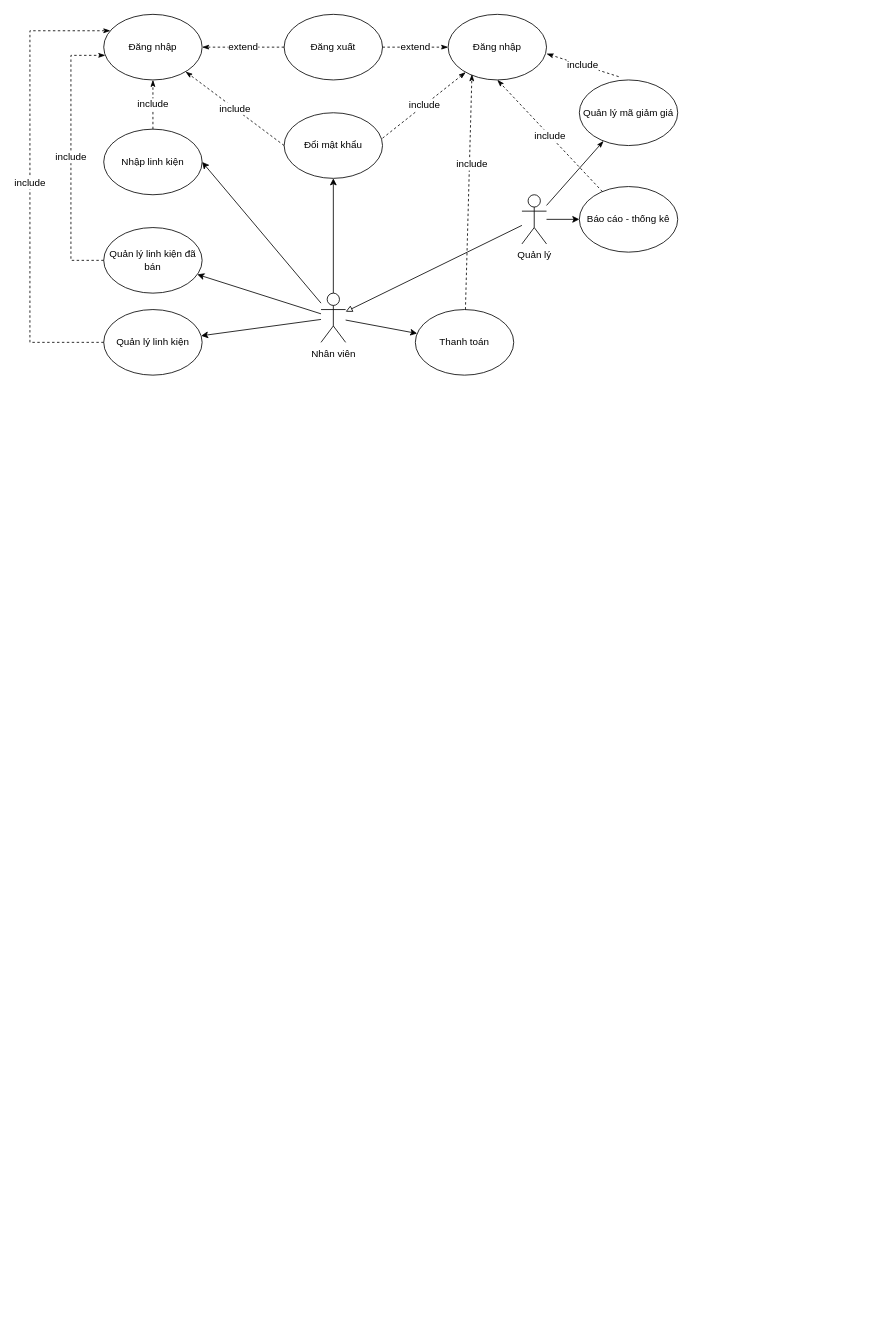
The draw.io diagram page "Use Case tổng quát" (1 of 9) of Baocao/UseCase Tổng quát.drawio in NguyenDuyHieu987/CNPM, before the edit. Source tidied: cells renumbered, new cells numbered last; positions are measured from the earlier drawing's top-left corner, leaving out a move shared by most shapes. Both pictures are drawn from the tidied source at 82%, with x=0, y=0 at pixel (30, 14).
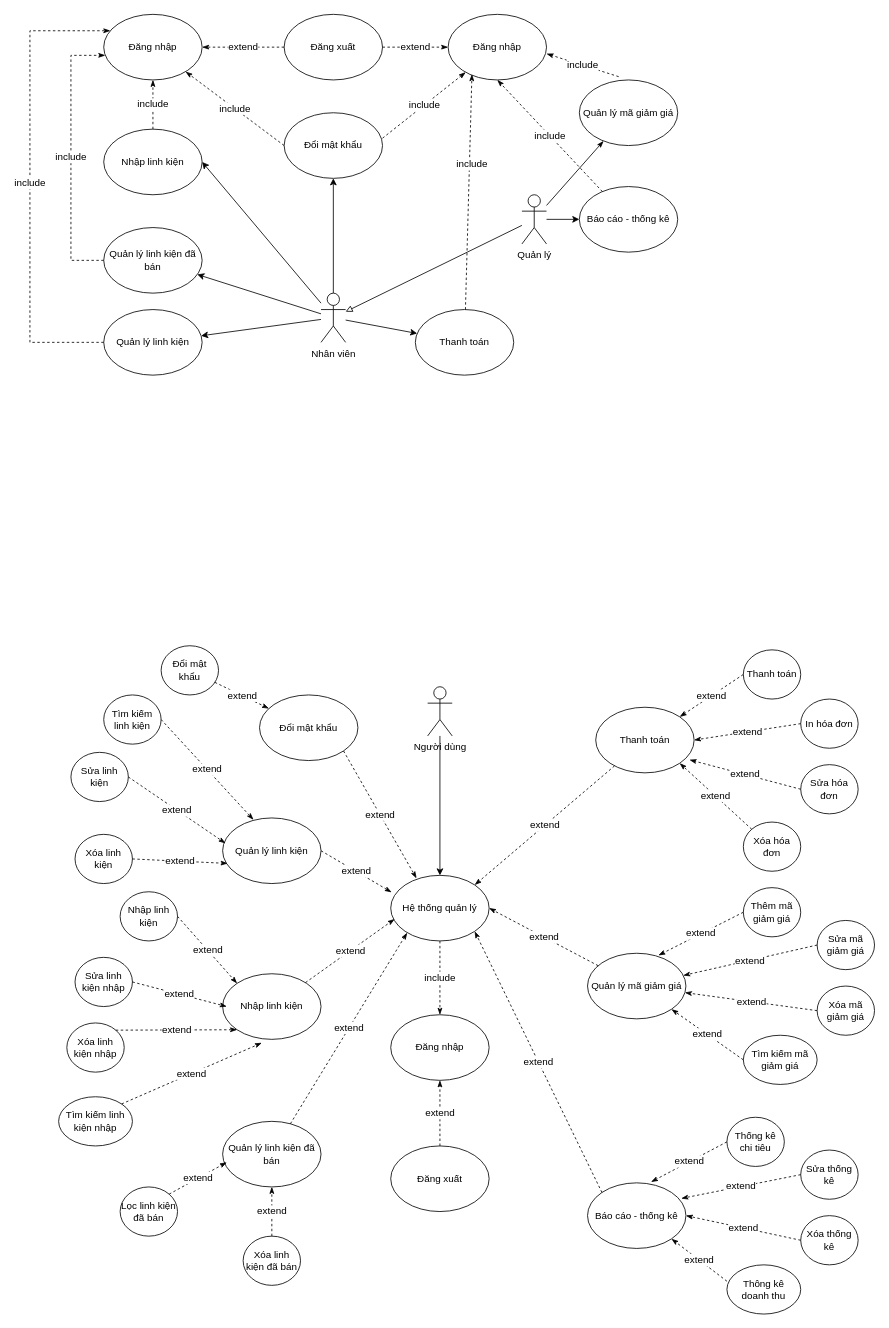
The same page after the edit.

What changed in the source:
```diff
@@
+    <mxCell id="33" style="edgeStyle=orthogonalEdgeStyle;rounded=0;jettySize=auto;html=1;" parent="1" edge="1" source="34" target="48">
+      <mxGeometry relative="1" as="geometry" />
+    </mxCell>
+    <mxCell id="34" value="Người dùng" style="shape=umlActor;verticalLabelPosition=bottom;verticalAlign=top;html=1;outlineConnect=0;" parent="1" vertex="1">
+      <mxGeometry x="485" y="820" width="30" height="60" as="geometry" />
+    </mxCell>
+    <mxCell id="35" value="Quản lý linh kiện" style="ellipse;whiteSpace=wrap;html=1;" parent="1" vertex="1">
+      <mxGeometry x="235" y="980" width="120" height="80" as="geometry" />
+    </mxCell>
+    <mxCell id="36" value="Thanh toán" style="ellipse;whiteSpace=wrap;html=1;" parent="1" vertex="1">
+      <mxGeometry x="690" y="845" width="120" height="80" as="geometry" />
+    </mxCell>
+    <mxCell id="37" value="Quản lý linh kiện đã bán" style="ellipse;whiteSpace=wrap;html=1;" parent="1" vertex="1">
+      <mxGeometry x="235" y="1350" width="120" height="80" as="geometry" />
+    </mxCell>
+    <mxCell id="38" value="Đăng nhập" style="ellipse;whiteSpace=wrap;html=1;" parent="1" vertex="1">
+      <mxGeometry x="440" y="1220" width="120" height="80" as="geometry" />
+    </mxCell>
+    <mxCell id="39" value="Quản lý mã giảm giá" style="ellipse;whiteSpace=wrap;html=1;" parent="1" vertex="1">
+      <mxGeometry x="680" y="1145" width="120" height="80" as="geometry" />
+    </mxCell>
+    <mxCell id="40" value="Nhập linh kiện" style="ellipse;whiteSpace=wrap;html=1;" parent="1" vertex="1">
+      <mxGeometry x="235" y="1170" width="120" height="80" as="geometry" />
+    </mxCell>
+    <mxCell id="41" value="Báo cáo - thống kê" style="ellipse;whiteSpace=wrap;html=1;" parent="1" vertex="1">
+      <mxGeometry x="680" y="1425" width="120" height="80" as="geometry" />
+    </mxCell>
+    <mxCell id="42" value="Đổi mật khẩu" style="ellipse;whiteSpace=wrap;html=1;" parent="1" vertex="1">
+      <mxGeometry x="280" y="830" width="120" height="80" as="geometry" />
+    </mxCell>
+    <mxCell id="43" value="Đăng xuất" style="ellipse;whiteSpace=wrap;html=1;" parent="1" vertex="1">
+      <mxGeometry x="440" y="1380" width="120" height="80" as="geometry" />
+    </mxCell>
+    <mxCell id="44" value="&lt;font style=&quot;font-size: 12px&quot;&gt;extend&lt;/font&gt;" style="edgeStyle=none;rounded=0;jettySize=auto;html=1;endArrow=classicThin;endFill=1;dashed=1;entryX=0.5;entryY=1;entryDx=0;entryDy=0;" parent="1" edge="1" source="43" target="38">
+      <mxGeometry relative="1" as="geometry" />
+    </mxCell>
+    <mxCell id="45" value="&lt;span style=&quot;font-size: 12px;&quot;&gt;extend&lt;/span&gt;" style="edgeStyle=none;rounded=0;jettySize=auto;html=1;endArrow=classicThin;endFill=1;dashed=1;exitX=1;exitY=1;exitDx=0;exitDy=0;entryX=0.262;entryY=0.045;entryDx=0;entryDy=0;entryPerimeter=0;" parent="1" edge="1" source="42" target="48">
+      <mxGeometry relative="1" as="geometry" />
+    </mxCell>
+    <mxCell id="46" style="edgeStyle=none;rounded=0;orthogonalLoop=1;jettySize=auto;html=1;entryX=0.5;entryY=0;entryDx=0;entryDy=0;endArrow=classicThin;endFill=1;" parent="1" edge="1" source="36" target="36">
+      <mxGeometry relative="1" as="geometry" />
+    </mxCell>
+    <mxCell id="47" value="&lt;font style=&quot;font-size: 12px&quot;&gt;include&lt;/font&gt;" style="rounded=0;jettySize=auto;html=1;endArrow=classicThin;endFill=1;dashed=1;exitX=0.5;exitY=1;exitDx=0;exitDy=0;entryX=0.5;entryY=0;entryDx=0;entryDy=0;" parent="1" edge="1" source="48" target="38">
+      <mxGeometry relative="1" as="geometry" />
+    </mxCell>
+    <mxCell id="48" value="Hệ thống quản lý" style="ellipse;whiteSpace=wrap;html=1;" parent="1" vertex="1">
+      <mxGeometry x="440" y="1050" width="120" height="80" as="geometry" />
+    </mxCell>
+    <mxCell id="49" value="&lt;span style=&quot;font-size: 12px;&quot;&gt;extend&lt;/span&gt;" style="edgeStyle=none;rounded=0;jettySize=auto;html=1;endArrow=classicThin;endFill=1;dashed=1;entryX=1;entryY=0;entryDx=0;entryDy=0;" parent="1" edge="1" source="36" target="48">
+      <mxGeometry relative="1" as="geometry" />
+    </mxCell>
+    <mxCell id="50" value="&lt;span style=&quot;font-size: 12px;&quot;&gt;extend&lt;/span&gt;" style="edgeStyle=none;rounded=0;jettySize=auto;html=1;endArrow=classicThin;endFill=1;dashed=1;exitX=1;exitY=0.5;exitDx=0;exitDy=0;entryX=0.009;entryY=0.258;entryDx=0;entryDy=0;entryPerimeter=0;" parent="1" edge="1" source="35" target="48">
+      <mxGeometry relative="1" as="geometry" />
+    </mxCell>
+    <mxCell id="51" value="&lt;span style=&quot;font-size: 12px;&quot;&gt;extend&lt;/span&gt;" style="edgeStyle=none;rounded=0;jettySize=auto;html=1;endArrow=classicThin;endFill=1;dashed=1;" parent="1" edge="1" source="37">
+      <mxGeometry relative="1" as="geometry">
+        <mxPoint x="460" y="1120" as="targetPoint" />
+      </mxGeometry>
+    </mxCell>
+    <mxCell id="52" value="&lt;span style=&quot;font-size: 12px;&quot;&gt;extend&lt;/span&gt;" style="edgeStyle=none;rounded=0;jettySize=auto;html=1;endArrow=classicThin;endFill=1;dashed=1;entryX=0.039;entryY=0.667;entryDx=0;entryDy=0;entryPerimeter=0;" parent="1" edge="1" source="40" target="48">
+      <mxGeometry relative="1" as="geometry" />
+    </mxCell>
+    <mxCell id="53" value="&lt;span style=&quot;font-size: 12px;&quot;&gt;extend&lt;/span&gt;" style="edgeStyle=none;rounded=0;jettySize=auto;html=1;endArrow=classicThin;endFill=1;dashed=1;entryX=1;entryY=0.5;entryDx=0;entryDy=0;" parent="1" edge="1" source="39" target="48">
+      <mxGeometry relative="1" as="geometry" />
+    </mxCell>
+    <mxCell id="54" value="&lt;span style=&quot;font-size: 12px;&quot;&gt;extend&lt;/span&gt;" style="edgeStyle=none;rounded=0;jettySize=auto;html=1;endArrow=classicThin;endFill=1;dashed=1;exitX=0;exitY=0;exitDx=0;exitDy=0;entryX=1;entryY=1;entryDx=0;entryDy=0;" parent="1" edge="1" source="41" target="48">
+      <mxGeometry relative="1" as="geometry" />
+    </mxCell>
+    <mxCell id="55" value="Đổi mật khẩu" style="ellipse;whiteSpace=wrap;html=1;" parent="1" vertex="1">
+      <mxGeometry x="160" y="770" width="70" height="60" as="geometry" />
+    </mxCell>
+    <mxCell id="56" value="&lt;span style=&quot;font-size: 12px;&quot;&gt;extend&lt;/span&gt;" style="edgeStyle=none;rounded=0;jettySize=auto;html=1;endArrow=classicThin;endFill=1;dashed=1;" parent="1" edge="1" source="55" target="42">
+      <mxGeometry relative="1" as="geometry" />
+    </mxCell>
+    <mxCell id="57" value="Tìm kiếm linh kiện" style="ellipse;whiteSpace=wrap;html=1;" parent="1" vertex="1">
+      <mxGeometry x="90" y="830" width="70" height="60" as="geometry" />
+    </mxCell>
+    <mxCell id="58" value="Sửa linh kiện" style="ellipse;whiteSpace=wrap;html=1;" parent="1" vertex="1">
+      <mxGeometry x="50" y="900" width="70" height="60" as="geometry" />
+    </mxCell>
+    <mxCell id="59" value="Xóa linh kiện" style="ellipse;whiteSpace=wrap;html=1;" parent="1" vertex="1">
+      <mxGeometry x="55" y="1000" width="70" height="60" as="geometry" />
+    </mxCell>
+    <mxCell id="60" value="&lt;span style=&quot;font-size: 12px;&quot;&gt;extend&lt;/span&gt;" style="edgeStyle=none;rounded=0;jettySize=auto;html=1;endArrow=classicThin;endFill=1;dashed=1;exitX=1;exitY=0.5;exitDx=0;exitDy=0;entryX=0.029;entryY=0.386;entryDx=0;entryDy=0;entryPerimeter=0;" parent="1" edge="1" source="58" target="35">
+      <mxGeometry relative="1" as="geometry" />
+    </mxCell>
+    <mxCell id="61" value="&lt;span style=&quot;font-size: 12px;&quot;&gt;extend&lt;/span&gt;" style="edgeStyle=none;rounded=0;jettySize=auto;html=1;endArrow=classicThin;endFill=1;dashed=1;exitX=1;exitY=0.5;exitDx=0;exitDy=0;entryX=0.313;entryY=0.027;entryDx=0;entryDy=0;entryPerimeter=0;" parent="1" edge="1" source="57" target="35">
+      <mxGeometry relative="1" as="geometry" />
+    </mxCell>
+    <mxCell id="62" value="&lt;span style=&quot;font-size: 12px;&quot;&gt;extend&lt;/span&gt;" style="edgeStyle=none;rounded=0;jettySize=auto;html=1;endArrow=classicThin;endFill=1;dashed=1;exitX=1;exitY=0.5;exitDx=0;exitDy=0;entryX=0.051;entryY=0.693;entryDx=0;entryDy=0;entryPerimeter=0;" parent="1" edge="1" source="59" target="35">
+      <mxGeometry relative="1" as="geometry" />
+    </mxCell>
+    <mxCell id="63" value="Nhập linh kiện" style="ellipse;whiteSpace=wrap;html=1;" parent="1" vertex="1">
+      <mxGeometry x="110" y="1070" width="70" height="60" as="geometry" />
+    </mxCell>
+    <mxCell id="64" value="Sửa linh kiện nhập" style="ellipse;whiteSpace=wrap;html=1;" parent="1" vertex="1">
+      <mxGeometry x="55" y="1150" width="70" height="60" as="geometry" />
+    </mxCell>
+    <mxCell id="65" value="Xóa linh kiện nhập" style="ellipse;whiteSpace=wrap;html=1;" parent="1" vertex="1">
+      <mxGeometry x="45" y="1230" width="70" height="60" as="geometry" />
+    </mxCell>
+    <mxCell id="66" value="&lt;span style=&quot;font-size: 12px;&quot;&gt;extend&lt;/span&gt;" style="edgeStyle=none;rounded=0;jettySize=auto;html=1;endArrow=classicThin;endFill=1;dashed=1;exitX=1;exitY=0.5;exitDx=0;exitDy=0;" parent="1" edge="1" source="64">
+      <mxGeometry relative="1" as="geometry">
+        <mxPoint x="240" y="1210" as="targetPoint" />
+      </mxGeometry>
+    </mxCell>
+    <mxCell id="67" value="&lt;span style=&quot;font-size: 12px;&quot;&gt;extend&lt;/span&gt;" style="edgeStyle=none;rounded=0;jettySize=auto;html=1;endArrow=classicThin;endFill=1;dashed=1;exitX=1;exitY=0.5;exitDx=0;exitDy=0;entryX=0;entryY=0;entryDx=0;entryDy=0;" parent="1" edge="1" source="63" target="40">
+      <mxGeometry relative="1" as="geometry" />
+    </mxCell>
+    <mxCell id="68" value="&lt;span style=&quot;font-size: 12px;&quot;&gt;extend&lt;/span&gt;" style="edgeStyle=none;rounded=0;jettySize=auto;html=1;endArrow=classicThin;endFill=1;dashed=1;exitX=1;exitY=0;exitDx=0;exitDy=0;entryX=0;entryY=1;entryDx=0;entryDy=0;" parent="1" edge="1" source="65" target="40">
+      <mxGeometry relative="1" as="geometry" />
+    </mxCell>
+    <mxCell id="69" value="Tìm kiếm linh kiện nhập" style="ellipse;whiteSpace=wrap;html=1;" parent="1" vertex="1">
+      <mxGeometry x="35" y="1320" width="90" height="60" as="geometry" />
+    </mxCell>
+    <mxCell id="70" value="&lt;span style=&quot;font-size: 12px;&quot;&gt;extend&lt;/span&gt;" style="edgeStyle=none;rounded=0;jettySize=auto;html=1;endArrow=classicThin;endFill=1;dashed=1;exitX=1;exitY=0;exitDx=0;exitDy=0;entryX=0.398;entryY=1.054;entryDx=0;entryDy=0;entryPerimeter=0;" parent="1" edge="1" source="69" target="40">
+      <mxGeometry relative="1" as="geometry" />
+    </mxCell>
+    <mxCell id="71" value="Lọc linh kiện đã bán" style="ellipse;whiteSpace=wrap;html=1;" parent="1" vertex="1">
+      <mxGeometry x="110" y="1430" width="70" height="60" as="geometry" />
+    </mxCell>
+    <mxCell id="72" value="&lt;span style=&quot;font-size: 12px;&quot;&gt;extend&lt;/span&gt;" style="edgeStyle=none;rounded=0;jettySize=auto;html=1;endArrow=classicThin;endFill=1;dashed=1;exitX=1;exitY=0;exitDx=0;exitDy=0;" parent="1" edge="1" source="71">
+      <mxGeometry relative="1" as="geometry">
+        <mxPoint x="240" y="1400" as="targetPoint" />
+      </mxGeometry>
+    </mxCell>
+    <mxCell id="73" value="Xóa linh kiện đã bán" style="ellipse;whiteSpace=wrap;html=1;" parent="1" vertex="1">
+      <mxGeometry x="260" y="1490" width="70" height="60" as="geometry" />
+    </mxCell>
+    <mxCell id="74" value="&lt;span style=&quot;font-size: 12px;&quot;&gt;extend&lt;/span&gt;" style="edgeStyle=none;rounded=0;jettySize=auto;html=1;endArrow=classicThin;endFill=1;dashed=1;entryX=0.5;entryY=1;entryDx=0;entryDy=0;exitX=0.5;exitY=0;exitDx=0;exitDy=0;" parent="1" edge="1" source="73" target="37">
+      <mxGeometry relative="1" as="geometry" />
+    </mxCell>
+    <mxCell id="75" value="Thanh toán" style="ellipse;whiteSpace=wrap;html=1;" parent="1" vertex="1">
+      <mxGeometry x="870" y="775" width="70" height="60" as="geometry" />
+    </mxCell>
+    <mxCell id="76" value="In hóa đơn" style="ellipse;whiteSpace=wrap;html=1;" parent="1" vertex="1">
+      <mxGeometry x="940" y="835" width="70" height="60" as="geometry" />
+    </mxCell>
+    <mxCell id="77" value="Sửa hóa đơn" style="ellipse;whiteSpace=wrap;html=1;" parent="1" vertex="1">
+      <mxGeometry x="940" y="915" width="70" height="60" as="geometry" />
+    </mxCell>
+    <mxCell id="78" value="&lt;span style=&quot;font-size: 12px;&quot;&gt;extend&lt;/span&gt;" style="edgeStyle=none;rounded=0;jettySize=auto;html=1;endArrow=classicThin;endFill=1;dashed=1;entryX=1;entryY=0;entryDx=0;entryDy=0;exitX=0;exitY=0.5;exitDx=0;exitDy=0;" parent="1" edge="1" source="75" target="36">
+      <mxGeometry relative="1" as="geometry" />
+    </mxCell>
+    <mxCell id="79" value="Xóa hóa đơn" style="ellipse;whiteSpace=wrap;html=1;" parent="1" vertex="1">
+      <mxGeometry x="870" y="985" width="70" height="60" as="geometry" />
+    </mxCell>
+    <mxCell id="80" value="&lt;span style=&quot;font-size: 12px;&quot;&gt;extend&lt;/span&gt;" style="edgeStyle=none;rounded=0;jettySize=auto;html=1;endArrow=classicThin;endFill=1;dashed=1;entryX=1;entryY=0.5;entryDx=0;entryDy=0;exitX=0;exitY=0.5;exitDx=0;exitDy=0;" parent="1" edge="1" source="76" target="36">
+      <mxGeometry relative="1" as="geometry" />
+    </mxCell>
+    <mxCell id="81" value="&lt;span style=&quot;font-size: 12px;&quot;&gt;extend&lt;/span&gt;" style="edgeStyle=none;rounded=0;jettySize=auto;html=1;endArrow=classicThin;endFill=1;dashed=1;entryX=0.953;entryY=0.801;entryDx=0;entryDy=0;exitX=0;exitY=0.5;exitDx=0;exitDy=0;entryPerimeter=0;" parent="1" edge="1" source="77" target="36">
+      <mxGeometry relative="1" as="geometry" />
+    </mxCell>
+    <mxCell id="82" value="&lt;span style=&quot;font-size: 12px;&quot;&gt;extend&lt;/span&gt;" style="edgeStyle=none;rounded=0;jettySize=auto;html=1;endArrow=classicThin;endFill=1;dashed=1;entryX=1;entryY=1;entryDx=0;entryDy=0;exitX=0;exitY=0;exitDx=0;exitDy=0;" parent="1" edge="1" source="79" target="36">
+      <mxGeometry relative="1" as="geometry" />
+    </mxCell>
+    <mxCell id="83" value="Thêm mã giảm giá" style="ellipse;whiteSpace=wrap;html=1;" parent="1" vertex="1">
+      <mxGeometry x="870" y="1065" width="70" height="60" as="geometry" />
+    </mxCell>
+    <mxCell id="84" value="Sửa mã giảm giá" style="ellipse;whiteSpace=wrap;html=1;" parent="1" vertex="1">
+      <mxGeometry x="960" y="1105" width="70" height="60" as="geometry" />
+    </mxCell>
+    <mxCell id="85" value="Xóa mã giảm giá" style="ellipse;whiteSpace=wrap;html=1;" parent="1" vertex="1">
+      <mxGeometry x="960" y="1185" width="70" height="60" as="geometry" />
+    </mxCell>
+    <mxCell id="86" value="Tìm kiếm mã giảm giá" style="ellipse;whiteSpace=wrap;html=1;" parent="1" vertex="1">
+      <mxGeometry x="870" y="1245" width="90" height="60" as="geometry" />
+    </mxCell>
+    <mxCell id="87" value="&lt;span style=&quot;font-size: 12px;&quot;&gt;extend&lt;/span&gt;" style="edgeStyle=none;rounded=0;jettySize=auto;html=1;endArrow=classicThin;endFill=1;dashed=1;entryX=0.72;entryY=0.032;entryDx=0;entryDy=0;exitX=0;exitY=0.5;exitDx=0;exitDy=0;entryPerimeter=0;" parent="1" edge="1" source="83" target="39">
+      <mxGeometry relative="1" as="geometry" />
+    </mxCell>
+    <mxCell id="88" value="&lt;span style=&quot;font-size: 12px;&quot;&gt;extend&lt;/span&gt;" style="edgeStyle=none;rounded=0;jettySize=auto;html=1;endArrow=classicThin;endFill=1;dashed=1;exitX=0;exitY=0.5;exitDx=0;exitDy=0;" parent="1" edge="1" source="84" target="39">
+      <mxGeometry relative="1" as="geometry" />
+    </mxCell>
+    <mxCell id="89" value="&lt;span style=&quot;font-size: 12px;&quot;&gt;extend&lt;/span&gt;" style="edgeStyle=none;rounded=0;jettySize=auto;html=1;endArrow=classicThin;endFill=1;dashed=1;exitX=0;exitY=0.5;exitDx=0;exitDy=0;" parent="1" edge="1" source="85" target="39">
+      <mxGeometry relative="1" as="geometry" />
+    </mxCell>
+    <mxCell id="90" value="&lt;span style=&quot;font-size: 12px;&quot;&gt;extend&lt;/span&gt;" style="edgeStyle=none;rounded=0;jettySize=auto;html=1;endArrow=classicThin;endFill=1;dashed=1;entryX=1;entryY=1;entryDx=0;entryDy=0;exitX=0;exitY=0.5;exitDx=0;exitDy=0;" parent="1" edge="1" source="86" target="39">
+      <mxGeometry relative="1" as="geometry" />
+    </mxCell>
+    <mxCell id="91" value="Thống kê chi tiêu" style="ellipse;whiteSpace=wrap;html=1;" parent="1" vertex="1">
+      <mxGeometry x="850" y="1345" width="70" height="60" as="geometry" />
+    </mxCell>
+    <mxCell id="92" value="Sửa thống kê" style="ellipse;whiteSpace=wrap;html=1;" parent="1" vertex="1">
+      <mxGeometry x="940" y="1385" width="70" height="60" as="geometry" />
+    </mxCell>
+    <mxCell id="93" value="Xóa thống kê" style="ellipse;whiteSpace=wrap;html=1;" parent="1" vertex="1">
+      <mxGeometry x="940" y="1465" width="70" height="60" as="geometry" />
+    </mxCell>
+    <mxCell id="94" value="Thông kê &lt;br&gt;doanh thu" style="ellipse;whiteSpace=wrap;html=1;" parent="1" vertex="1">
+      <mxGeometry x="850" y="1525" width="90" height="60" as="geometry" />
+    </mxCell>
+    <mxCell id="95" value="&lt;span style=&quot;font-size: 12px;&quot;&gt;extend&lt;/span&gt;" style="edgeStyle=none;rounded=0;jettySize=auto;html=1;endArrow=classicThin;endFill=1;dashed=1;entryX=0.646;entryY=-0.014;entryDx=0;entryDy=0;exitX=0;exitY=0.5;exitDx=0;exitDy=0;entryPerimeter=0;" parent="1" edge="1" source="91" target="41">
+      <mxGeometry relative="1" as="geometry" />
+    </mxCell>
+    <mxCell id="96" value="&lt;span style=&quot;font-size: 12px;&quot;&gt;extend&lt;/span&gt;" style="edgeStyle=none;rounded=0;jettySize=auto;html=1;endArrow=classicThin;endFill=1;dashed=1;entryX=0.953;entryY=0.238;entryDx=0;entryDy=0;exitX=0;exitY=0.5;exitDx=0;exitDy=0;entryPerimeter=0;" parent="1" edge="1" source="92" target="41">
+      <mxGeometry relative="1" as="geometry" />
+    </mxCell>
+    <mxCell id="97" value="&lt;span style=&quot;font-size: 12px;&quot;&gt;extend&lt;/span&gt;" style="edgeStyle=none;rounded=0;jettySize=auto;html=1;endArrow=classicThin;endFill=1;dashed=1;entryX=1;entryY=0.5;entryDx=0;entryDy=0;exitX=0;exitY=0.5;exitDx=0;exitDy=0;" parent="1" edge="1" source="93" target="41">
+      <mxGeometry relative="1" as="geometry" />
+    </mxCell>
+    <mxCell id="98" value="&lt;span style=&quot;font-size: 12px;&quot;&gt;extend&lt;/span&gt;" style="edgeStyle=none;rounded=0;jettySize=auto;html=1;endArrow=classicThin;endFill=1;dashed=1;entryX=1;entryY=1;entryDx=0;entryDy=0;exitX=0;exitY=0.333;exitDx=0;exitDy=0;exitPerimeter=0;" parent="1" edge="1" source="94" target="41">
+      <mxGeometry relative="1" as="geometry" />
+    </mxCell>
```
